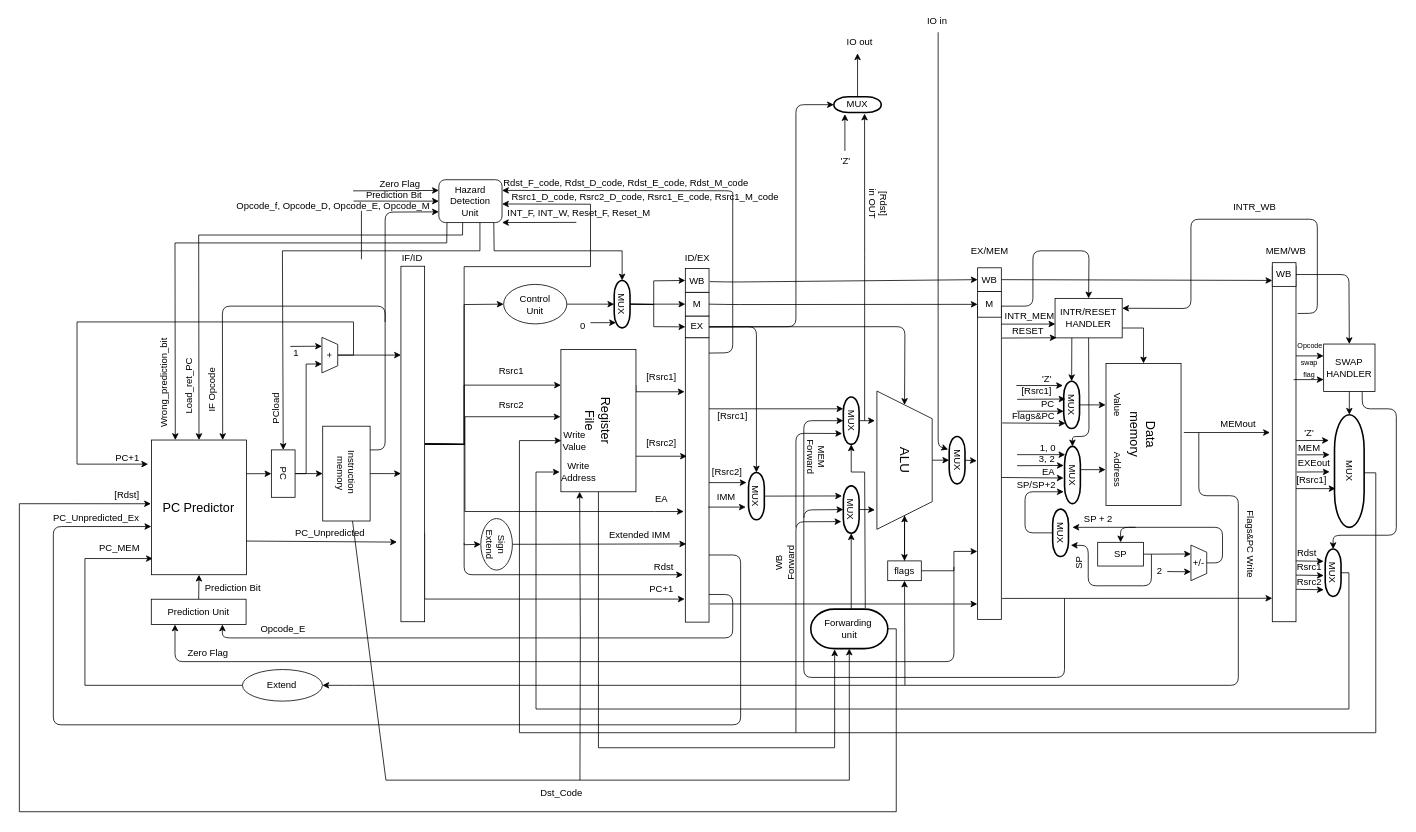
Above: docs/Schematic.drawio in karashily/RISC (draw.io), before the change. Source tidied: cells renumbered, new cells numbered last; positions are measured from the earlier drawing's top-left corner, leaving out a move shared by most shapes. Both pictures are drawn from the tidied source at 79%, with x=0, y=0 at pixel (19, 13).
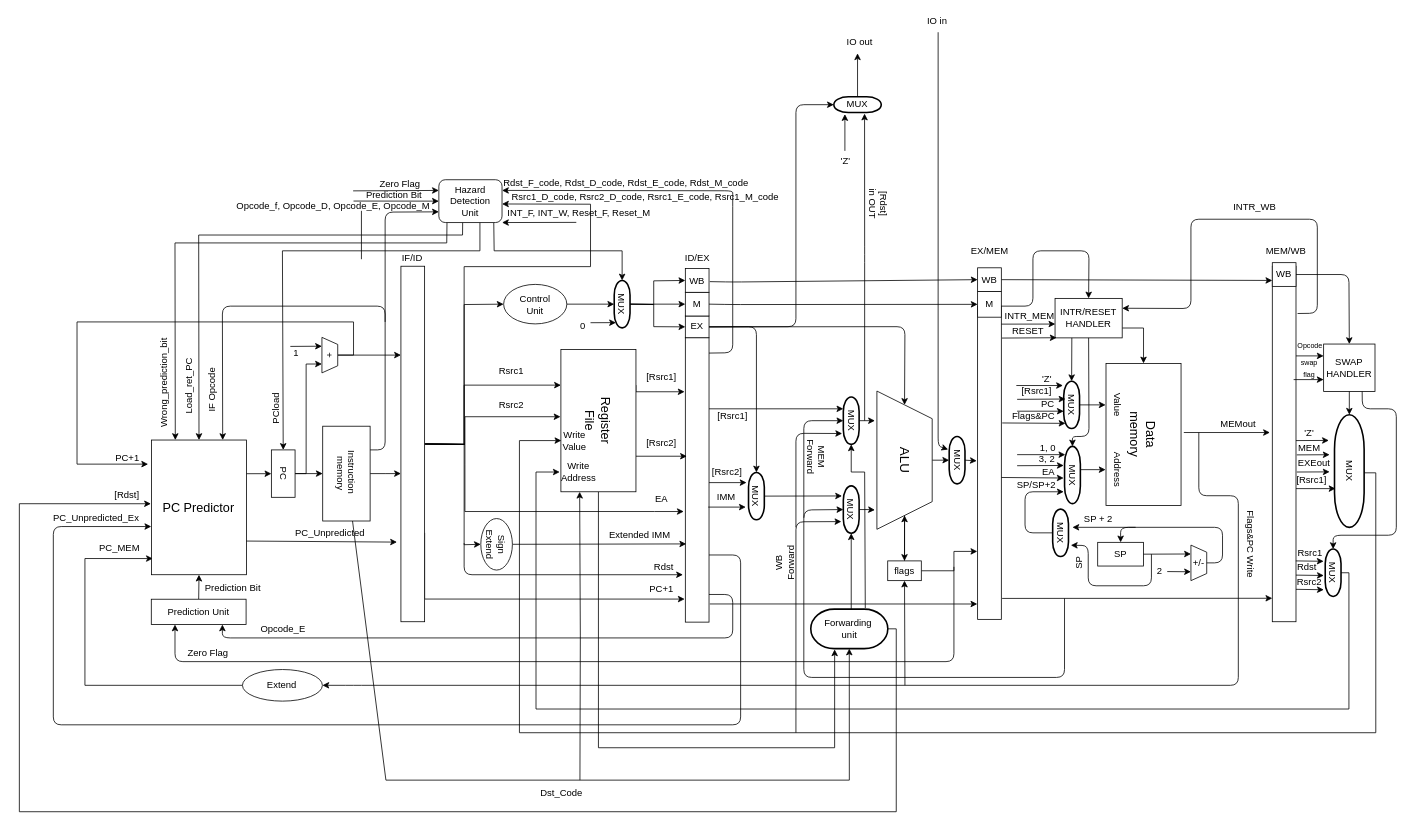
The same page after the edit.

Change to the diagram source:
```diff
@@
-    <mxCell id="123" value="Rdst" style="text;html=1;strokeColor=none;fillColor=none;align=center;verticalAlign=middle;whiteSpace=wrap;rounded=0;rotation=0;" parent="1" vertex="1">
-      <mxGeometry x="1610" y="672.5" width="40" height="20" as="geometry" />
+    <mxCell id="123" value="Rsrc1" style="text;html=1;strokeColor=none;fillColor=none;align=center;verticalAlign=middle;whiteSpace=wrap;rounded=0;rotation=0;" parent="1" vertex="1">
+      <mxGeometry x="1614" y="672.5" width="40" height="20" as="geometry" />
     </mxCell>
@@
-    <mxCell id="178" value="Rsrc1" style="text;html=1;strokeColor=none;fillColor=none;align=center;verticalAlign=middle;whiteSpace=wrap;rounded=0;rotation=0;" parent="1" vertex="1">
-      <mxGeometry x="1613" y="691" width="40" height="20" as="geometry" />
+    <mxCell id="178" value="Rdst" style="text;html=1;strokeColor=none;fillColor=none;align=center;verticalAlign=middle;whiteSpace=wrap;rounded=0;rotation=0;" parent="1" vertex="1">
+      <mxGeometry x="1610" y="691" width="40" height="20" as="geometry" />
     </mxCell>
```
